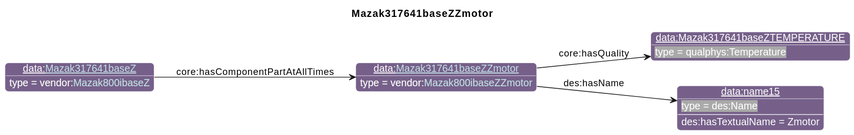
The PlantUML diagram diagrams/Mazak317641baseZZmotor.svg in iofoundry/example-syseng-mtconnect, before a commit. Its diagram source:
```plantuml
@startuml
!include ../iof.iuml

<style>
object {
  HyperlinkColor #C4E1E6
}
</style>

left to right direction
skinparam linetype polyline
title Mazak317641baseZZmotor

!$default_direction = down

!$namespace_colors = { "bfo":"DFA702",
                      "iof":"1E90FF",
                      "ns":"Green",
                      "ns1":"76608A",
                      "core":"000000",
                      "ex":"Green",
                      "data":"76608A",
                      "vendor":"76608A",
                      "units":"8A2D3B",
                      "cmns-dsg":"3A0519",
                      "qp":"641B2E"
      }
individual(o0, data:[[./Mazak317641baseZZmotor.html Mazak317641baseZZmotor]], vendor:[[../Mazak.html#Mazak800ibaseZZmotor Mazak800ibaseZZmotor]])
individual(o1, data:Mazak317641baseZTEMPERATURE, qualphys:Temperature)
individual(o2, data:name15, des:Name)
individual(o3, data:[[./Mazak317641baseZ.html Mazak317641baseZ]], vendor:[[../Mazak.html#Mazak800ibaseZ Mazak800ibaseZ]])
property(o0, "core:hasQuality", o1)
property(o0, "des:hasName", o2)
data(o2, "des:hasTextualName", "Zmotor")
property(o3, "core:hasComponentPartAtAllTimes", o0)
@enduml
```
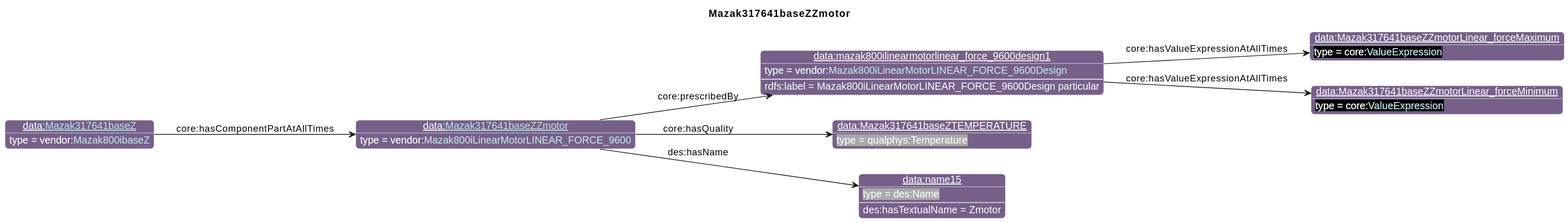
Later version of the same file.

What changed in the source:
```diff
@@ -25,12 +25,19 @@
                       "cmns-dsg":"3A0519",
                       "qp":"641B2E"
       }
-individual(o0, data:[[./Mazak317641baseZZmotor.html Mazak317641baseZZmotor]], vendor:[[../Mazak.html#Mazak800ibaseZZmotor Mazak800ibaseZZmotor]])
-individual(o1, data:Mazak317641baseZTEMPERATURE, qualphys:Temperature)
-individual(o2, data:name15, des:Name)
-individual(o3, data:[[./Mazak317641baseZ.html Mazak317641baseZ]], vendor:[[../Mazak.html#Mazak800ibaseZ Mazak800ibaseZ]])
-property(o0, "core:hasQuality", o1)
-property(o0, "des:hasName", o2)
-data(o2, "des:hasTextualName", "Zmotor")
-property(o3, "core:hasComponentPartAtAllTimes", o0)
+individual(o0, data:[[./Mazak317641baseZZmotor.html Mazak317641baseZZmotor]], vendor:[[../Mazak.html#Mazak800iLinearMotorLINEAR_FORCE_9600 Mazak800iLinearMotorLINEAR_FORCE_9600]])
+individual(o1, data:mazak800ilinearmotorlinear_force_9600design1, vendor:[[../Mazak.html#Mazak800iLinearMotorLINEAR_FORCE_9600Design Mazak800iLinearMotorLINEAR_FORCE_9600Design]])
+individual(o2, data:Mazak317641baseZZmotorLinear_forceMaximum, core:[[https://spec.industrialontologies.org/ontology/core/Core/ValueExpression ValueExpression]])
+individual(o3, data:Mazak317641baseZZmotorLinear_forceMinimum, core:[[https://spec.industrialontologies.org/ontology/core/Core/ValueExpression ValueExpression]])
+individual(o4, data:Mazak317641baseZTEMPERATURE, qualphys:Temperature)
+individual(o5, data:name15, des:Name)
+individual(o6, data:[[./Mazak317641baseZ.html Mazak317641baseZ]], vendor:[[../Mazak.html#Mazak800ibaseZ Mazak800ibaseZ]])
+property(o0, "core:prescribedBy", o1)
+data(o1, "rdfs:label", "Mazak800iLinearMotorLINEAR_FORCE_9600Design particular")
+property(o1, "core:hasValueExpressionAtAllTimes", o2)
+property(o1, "core:hasValueExpressionAtAllTimes", o3)
+property(o0, "core:hasQuality", o4)
+property(o0, "des:hasName", o5)
+data(o5, "des:hasTextualName", "Zmotor")
+property(o6, "core:hasComponentPartAtAllTimes", o0)
 @enduml
```
